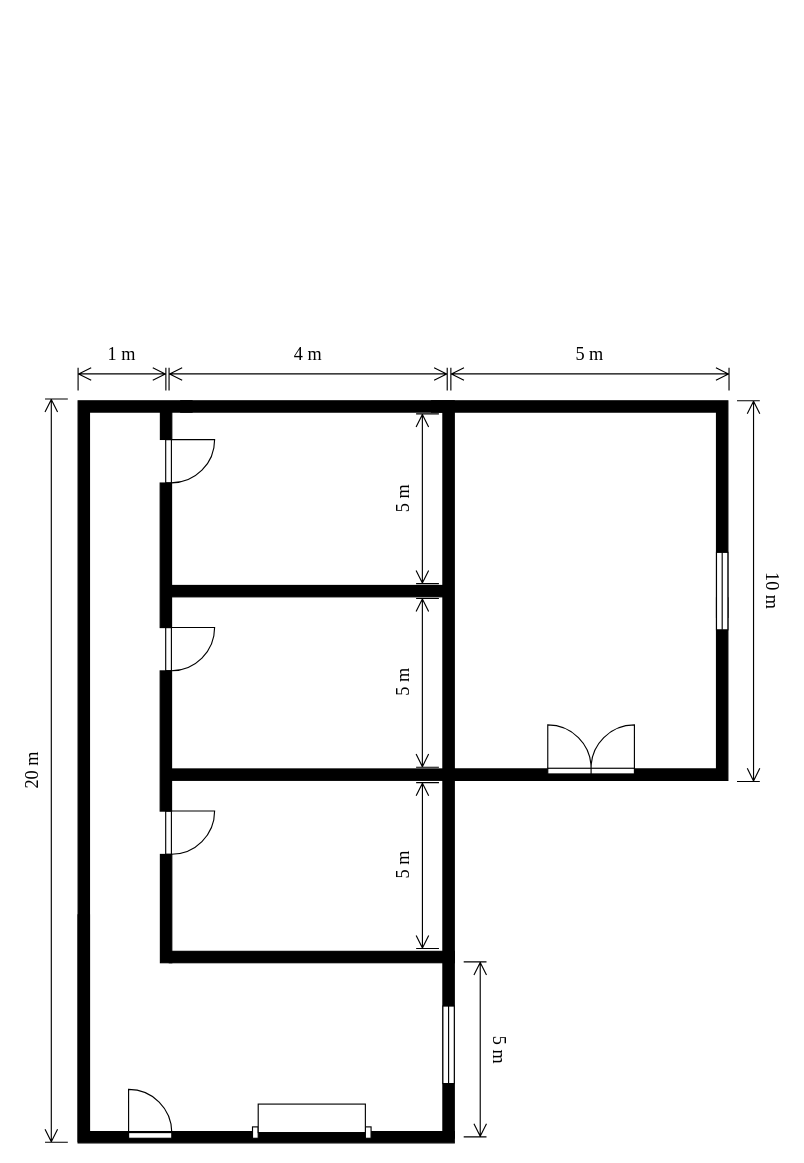
Above: docs/Sprint 2/FSIAP/USFA01/finalCroqui.drawio in Rodrick3012/ISEP-SEM3PI-23-24 (draw.io), before the change. Source tidied: cells renumbered, new cells numbered last; positions are measured from the earlier drawing's top-left corner, leaving out a move shared by most shapes. Both pictures are drawn from the tidied source at 114%, with x=0, y=0 at pixel (-316, 367).
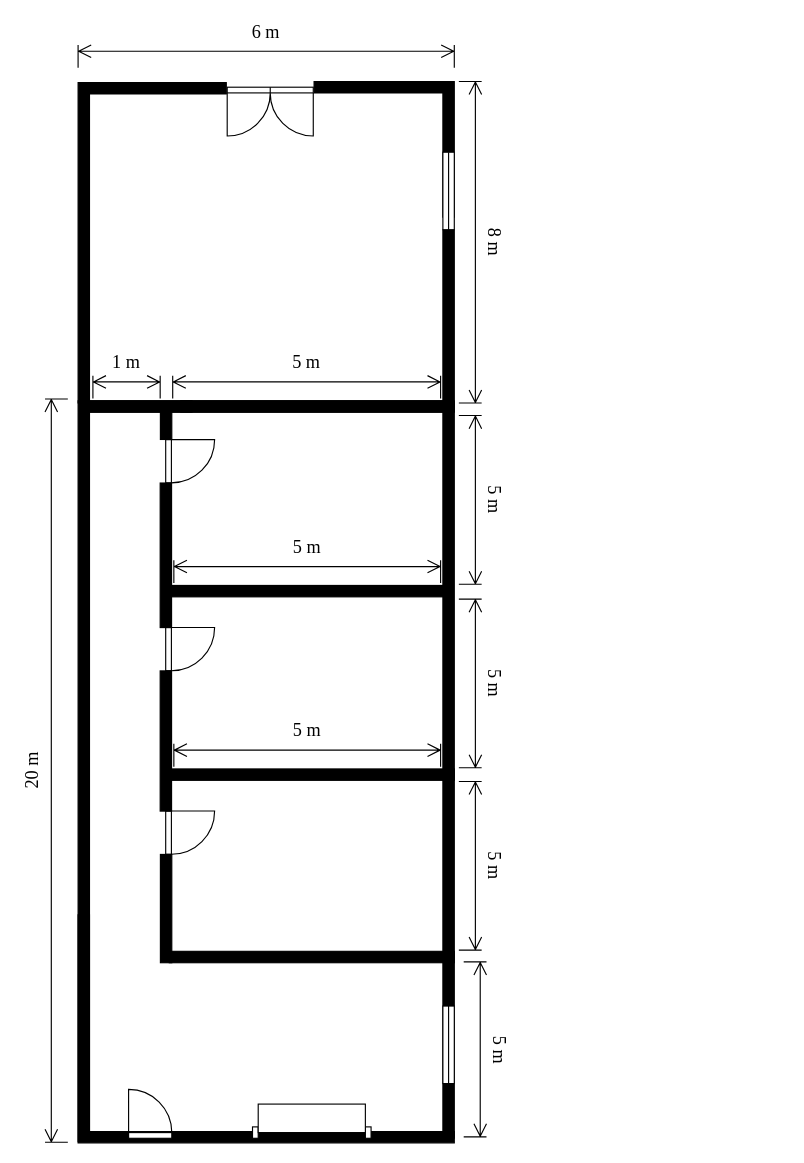
The same diagram, later.

Commit message (it also covers changes not shown here):
L22G-88 #time 2h #comment changes in word file and final croqui changes

What changed in the source:
```diff
@@
     <mxCell id="5" style="verticalLabelPosition=bottom;html=1;verticalAlign=top;align=center;shape=mxgraph.floorplan.wallCorner;fillColor=strokeColor;direction=west;" parent="1" vertex="1">
-      <mxGeometry x="675" y="202" width="240" height="160" as="geometry" />
+      <mxGeometry x="352" y="-121" width="323" height="160" as="geometry" />
     </mxCell>
     <mxCell id="6" style="verticalLabelPosition=bottom;html=1;verticalAlign=top;align=center;shape=mxgraph.floorplan.wallCorner;fillColor=strokeColor;direction=south;" parent="1" vertex="1">
-      <mxGeometry x="655" y="29" width="260" height="190" as="geometry" />
+      <mxGeometry x="552" y="-251" width="123" height="119" as="geometry" />
     </mxCell>
@@
-    <mxCell id="19" style="verticalLabelPosition=bottom;html=1;verticalAlign=top;align=center;shape=mxgraph.floorplan.doorDouble;rotation=-180;" parent="1" vertex="1">
-      <mxGeometry x="757" y="316" width="76" height="40.4" as="geometry" />
+    <mxCell id="19" style="verticalLabelPosition=bottom;html=1;verticalAlign=top;align=center;shape=mxgraph.floorplan.doorDouble;rotation=0;" parent="1" vertex="1">
+      <mxGeometry x="475.8" y="-246" width="75.5" height="40.1" as="geometry" />
     </mxCell>
     <mxCell id="20" style="verticalLabelPosition=bottom;html=1;verticalAlign=top;align=center;shape=mxgraph.floorplan.window;rotation=90;" parent="1" vertex="1">
-      <mxGeometry x="876" y="191" width="68" height="10" as="geometry" />
+      <mxGeometry x="636" y="-160" width="68" height="10" as="geometry" />
     </mxCell>
@@
-    <mxCell id="22" value="5 m" style="shape=dimension;direction=west;align=center;verticalAlign=bottom;spacingTop=-15;labelBackgroundColor=none;fontSize=16;whiteSpace=wrap;html=1;fontFamily=Times New Roman;labelPosition=center;verticalLabelPosition=top;" parent="1" vertex="1">
-      <mxGeometry x="672" width="244" height="20" as="geometry" />
+    <mxCell id="22" value="6 m" style="shape=dimension;direction=west;align=center;verticalAlign=bottom;spacingTop=-15;labelBackgroundColor=none;fontSize=16;whiteSpace=wrap;html=1;fontFamily=Times New Roman;labelPosition=center;verticalLabelPosition=top;" parent="1" vertex="1">
+      <mxGeometry x="345" y="-283" width="330" height="20" as="geometry" />
     </mxCell>
-    <mxCell id="23" value="4 m" style="shape=dimension;direction=west;align=center;verticalAlign=bottom;spacingTop=-15;labelBackgroundColor=none;fontSize=16;whiteSpace=wrap;html=1;fontFamily=Times New Roman;labelPosition=center;verticalLabelPosition=top;" parent="1" vertex="1">
-      <mxGeometry x="424.8" width="244" height="20" as="geometry" />
-    </mxCell>
-    <mxCell id="24" value="10 m" style="shape=dimension;direction=west;align=center;verticalAlign=bottom;spacingTop=-15;labelBackgroundColor=none;fontSize=16;whiteSpace=wrap;html=1;fontFamily=Times New Roman;labelPosition=center;verticalLabelPosition=top;rotation=90;" parent="1" vertex="1">
-      <mxGeometry x="766" y="186" width="334" height="20" as="geometry" />
+    <mxCell id="24" value="8&amp;nbsp;m" style="shape=dimension;direction=west;align=center;verticalAlign=bottom;spacingTop=-15;labelBackgroundColor=none;fontSize=16;whiteSpace=wrap;html=1;fontFamily=Times New Roman;labelPosition=center;verticalLabelPosition=top;rotation=90;" parent="1" vertex="1">
+      <mxGeometry x="548" y="-120" width="282" height="20" as="geometry" />
     </mxCell>
@@
+    <mxCell id="28" value="5 m" style="shape=dimension;direction=west;align=center;verticalAlign=bottom;spacingTop=-15;labelBackgroundColor=none;fontSize=16;whiteSpace=wrap;html=1;fontFamily=Times New Roman;labelPosition=center;verticalLabelPosition=top;rotation=90;" parent="1" vertex="1">
+      <mxGeometry x="615" y="267" width="148" height="20" as="geometry" />
+    </mxCell>
+    <mxCell id="30" value="5 m" style="shape=dimension;direction=west;align=center;verticalAlign=bottom;spacingTop=-15;labelBackgroundColor=none;fontSize=16;whiteSpace=wrap;html=1;fontFamily=Times New Roman;labelPosition=center;verticalLabelPosition=top;rotation=90;" parent="1" vertex="1">
+      <mxGeometry x="616.5" y="588" width="153.5" height="20" as="geometry" />
+    </mxCell>
+    <mxCell id="31" value="5 m" style="shape=dimension;direction=west;align=center;verticalAlign=bottom;spacingTop=-15;labelBackgroundColor=none;fontSize=16;whiteSpace=wrap;html=1;fontFamily=Times New Roman;labelPosition=center;verticalLabelPosition=top;rotation=90;" parent="1" vertex="1">
+      <mxGeometry x="615" y="427" width="148" height="20" as="geometry" />
+    </mxCell>
+    <mxCell id="32" value="5 m" style="shape=dimension;direction=west;align=center;verticalAlign=bottom;spacingTop=-15;labelBackgroundColor=none;fontSize=16;whiteSpace=wrap;html=1;fontFamily=Times New Roman;labelPosition=center;verticalLabelPosition=top;rotation=90;" parent="1" vertex="1">
+      <mxGeometry x="615" y="106" width="148" height="20" as="geometry" />
+    </mxCell>
+    <mxCell id="33" style="verticalLabelPosition=bottom;html=1;verticalAlign=top;align=center;shape=mxgraph.floorplan.wallCorner;fillColor=strokeColor;" parent="1" vertex="1">
+      <mxGeometry x="345" y="-250" width="130" height="281" as="geometry" />
+    </mxCell>
+    <mxCell id="34" value="5 m" style="shape=dimension;direction=west;align=center;verticalAlign=bottom;spacingTop=-15;labelBackgroundColor=none;fontSize=16;whiteSpace=wrap;html=1;fontFamily=Times New Roman;labelPosition=center;verticalLabelPosition=top;" parent="1" vertex="1">
+      <mxGeometry x="428" y="7" width="235" height="20" as="geometry" />
+    </mxCell>
+    <mxCell id="35" value="5 m" style="shape=dimension;direction=west;align=center;verticalAlign=bottom;spacingTop=-15;labelBackgroundColor=none;fontSize=16;whiteSpace=wrap;html=1;fontFamily=Times New Roman;labelPosition=center;verticalLabelPosition=top;" parent="1" vertex="1">
+      <mxGeometry x="429" y="169" width="234" height="20" as="geometry" />
+    </mxCell>
+    <mxCell id="36" value="5 m" style="shape=dimension;direction=west;align=center;verticalAlign=bottom;spacingTop=-15;labelBackgroundColor=none;fontSize=16;whiteSpace=wrap;html=1;fontFamily=Times New Roman;labelPosition=center;verticalLabelPosition=top;" parent="1" vertex="1">
+      <mxGeometry x="429" y="330" width="234" height="20" as="geometry" />
+    </mxCell>
     <mxCell id="26" value="1 m" style="shape=dimension;direction=west;align=center;verticalAlign=bottom;spacingTop=-15;labelBackgroundColor=none;fontSize=16;whiteSpace=wrap;html=1;fontFamily=Times New Roman;labelPosition=center;verticalLabelPosition=top;" parent="1" vertex="1">
-      <mxGeometry x="345" width="77" height="20" as="geometry" />
+      <mxGeometry x="358" y="7" width="59" height="20" as="geometry" />
     </mxCell>
-    <mxCell id="27" value="5 m" style="shape=dimension;direction=west;align=center;verticalAlign=bottom;spacingTop=-15;labelBackgroundColor=none;fontSize=16;whiteSpace=wrap;html=1;fontFamily=Times New Roman;labelPosition=center;verticalLabelPosition=top;rotation=-90;" parent="1" vertex="1">
-      <mxGeometry x="577" y="105" width="149" height="20" as="geometry" />
-    </mxCell>
-    <mxCell id="28" value="5 m" style="shape=dimension;direction=west;align=center;verticalAlign=bottom;spacingTop=-15;labelBackgroundColor=none;fontSize=16;whiteSpace=wrap;html=1;fontFamily=Times New Roman;labelPosition=center;verticalLabelPosition=top;rotation=-90;" parent="1" vertex="1">
-      <mxGeometry x="577.5" y="266.5" width="148" height="20" as="geometry" />
-    </mxCell>
-    <mxCell id="29" value="5 m" style="shape=dimension;direction=west;align=center;verticalAlign=bottom;spacingTop=-15;labelBackgroundColor=none;fontSize=16;whiteSpace=wrap;html=1;fontFamily=Times New Roman;labelPosition=center;verticalLabelPosition=top;rotation=-90;" parent="1" vertex="1">
-      <mxGeometry x="578.8" y="426.8" width="145.5" height="20" as="geometry" />
-    </mxCell>
-    <mxCell id="30" value="5 m" style="shape=dimension;direction=west;align=center;verticalAlign=bottom;spacingTop=-15;labelBackgroundColor=none;fontSize=16;whiteSpace=wrap;html=1;fontFamily=Times New Roman;labelPosition=center;verticalLabelPosition=top;rotation=90;" parent="1" vertex="1">
-      <mxGeometry x="616.5" y="588" width="153.5" height="20" as="geometry" />
-    </mxCell>
```
